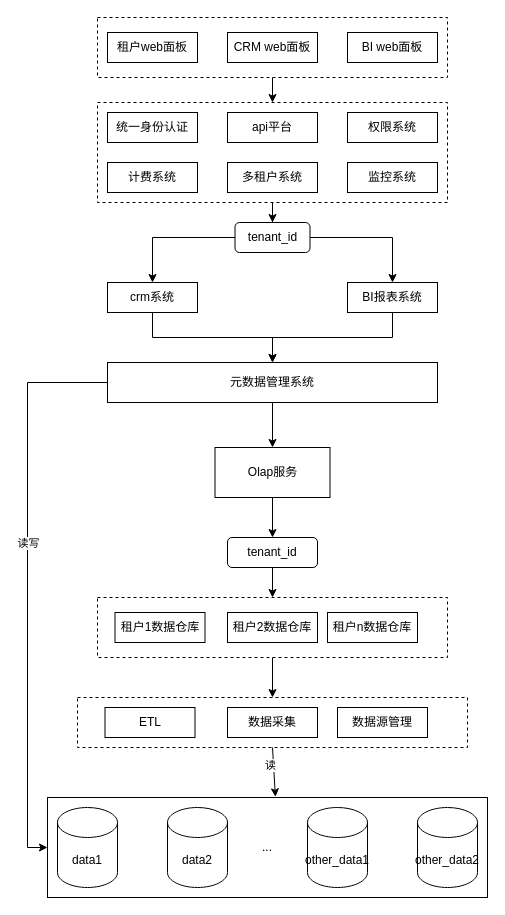
zhangshuntao-ola/MyDraw keeps this draw.io diagram as page "第 1 页" (1 of 4) of Crm-Saas/crm-saas.drawio. Above is the earlier version. Source tidied: cells renumbered, new cells numbered last; positions are measured from the earlier drawing's top-left corner, leaving out a move shared by most shapes. Both pictures are drawn from the tidied source at 100%, with x=0, y=0 at pixel (47, 17).
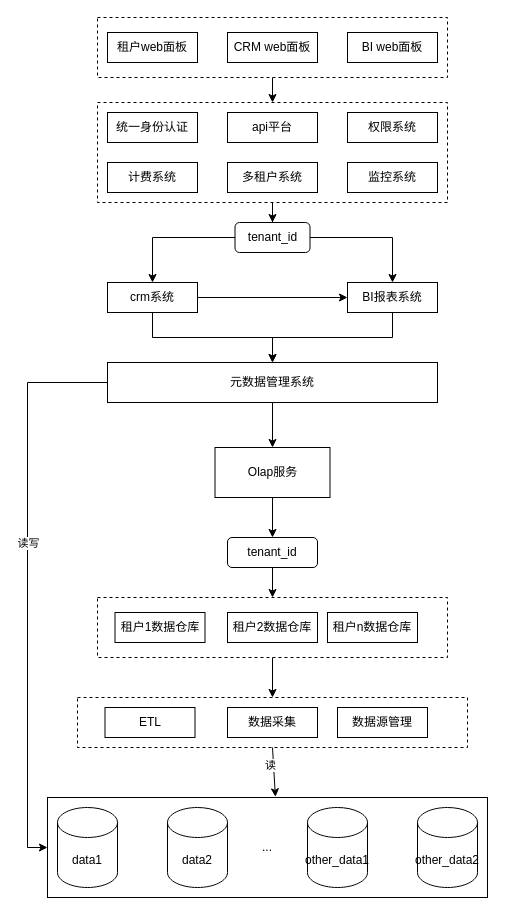
Above is the later version.

The change refers to these unchanged cells:
```xml
<mxCell id="14" value="BI报表系统" style="rounded=0;whiteSpace=wrap;html=1;" parent="1" vertex="1">
  <mxGeometry x="300" y="265" width="90" height="30" as="geometry" />
</mxCell>
<mxCell id="17" value="crm系统" style="rounded=0;whiteSpace=wrap;html=1;" parent="1" vertex="1">
  <mxGeometry x="60" y="265" width="90" height="30" as="geometry" />
</mxCell>
```

Change to the diagram source:
```diff
@@
+    <mxCell id="46" style="endArrow=classic;startArrow=none;html=1;rounded=0;entryX=0;entryY=0.5;entryDx=0;entryDy=0;exitX=1;exitY=0.5;exitDx=0;exitDy=0;startFill=0;" parent="1" edge="1" source="17" target="14">
+      <mxGeometry relative="1" as="geometry" />
+    </mxCell>
```
